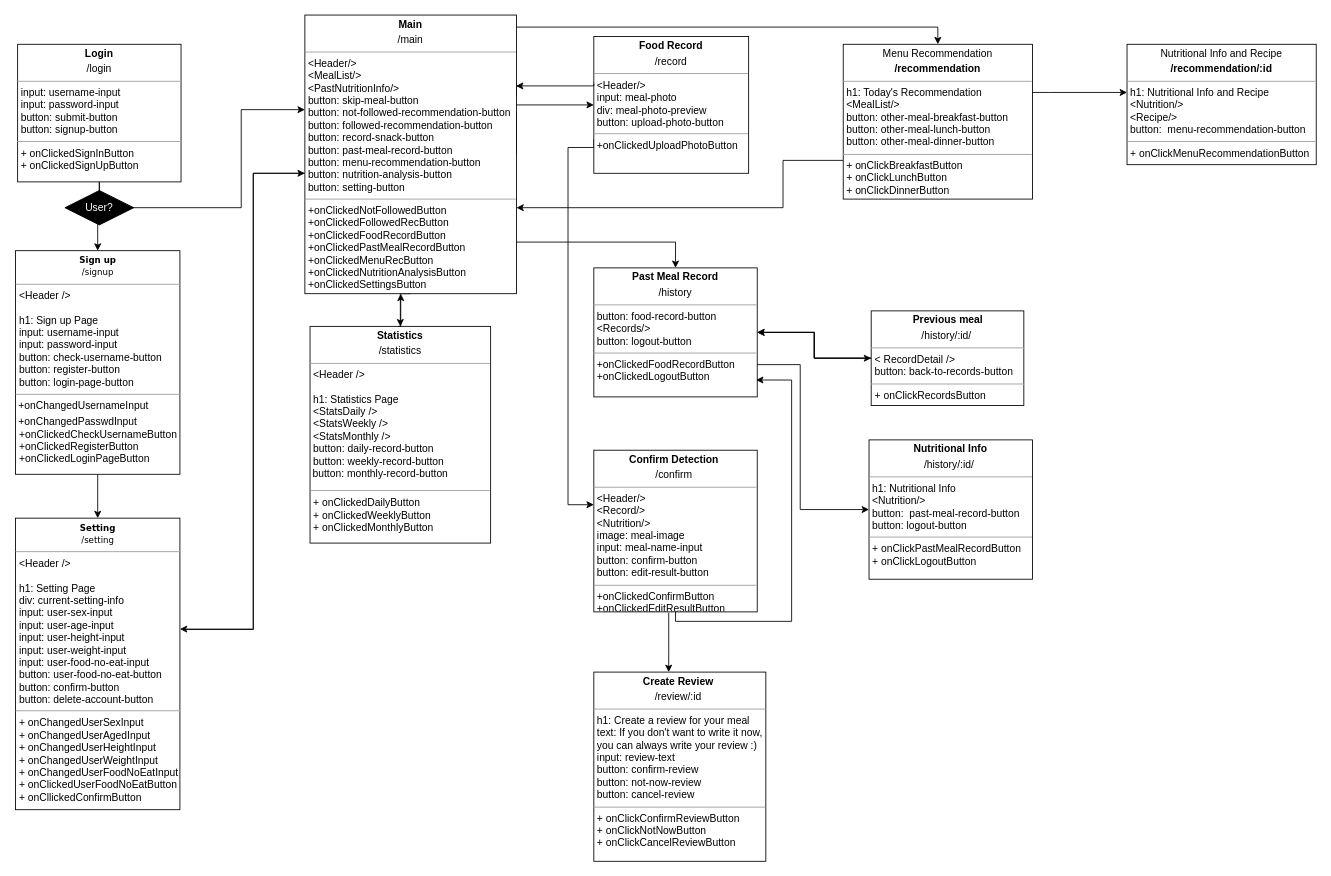
The draw.io diagram diagrams/Frontend_UML.drawio in swsnu/swpp2021-team5, before the edit. Source tidied: cells renumbered, new cells numbered last; positions are measured from the earlier drawing's top-left corner, leaving out a move shared by most shapes. Both pictures are drawn from the tidied source at 86%, with x=0, y=0 at pixel (15, 15).
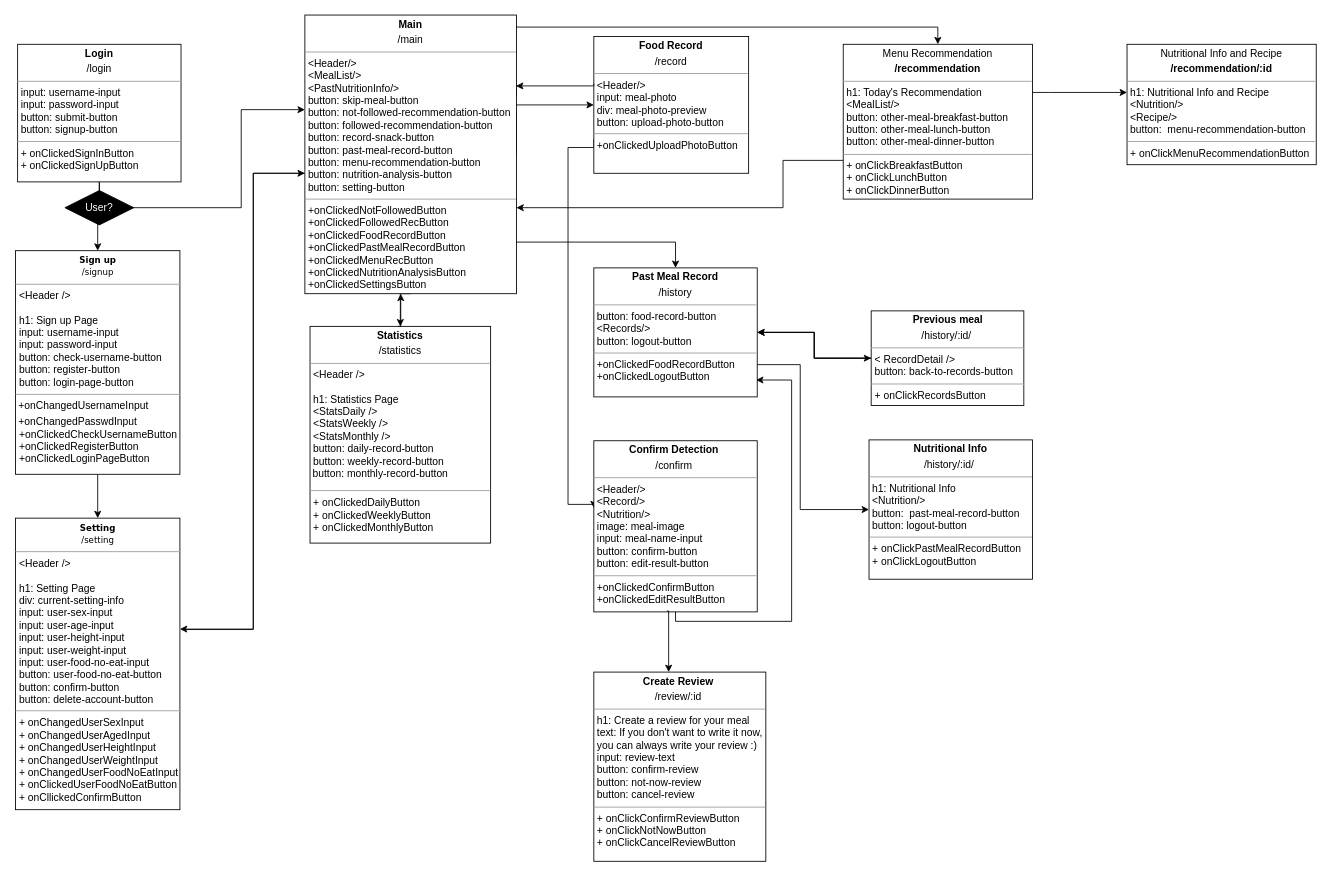
Above is the later version.

The change refers to these unchanged cells:
```xml
<mxCell id="15" value="&lt;p style=&quot;margin: 0px ; margin-top: 4px ; text-align: center&quot;&gt;&lt;b&gt;Food Record&lt;/b&gt;&lt;/p&gt;&lt;p style=&quot;margin: 0px ; margin-top: 4px ; text-align: center&quot;&gt;/record&lt;/p&gt;&lt;hr size=&quot;1&quot;&gt;&lt;p style=&quot;margin: 0px ; margin-left: 4px&quot;&gt;&lt;span&gt;&amp;lt;Header/&amp;gt;&lt;/span&gt;&lt;/p&gt;&lt;p style=&quot;margin: 0px ; margin-left: 4px&quot;&gt;&lt;span&gt;input: meal-photo&lt;/span&gt;&lt;/p&gt;&lt;p style=&quot;margin: 0px ; margin-left: 4px&quot;&gt;&lt;span&gt;div: meal-photo-preview&lt;/span&gt;&lt;/p&gt;&lt;p style=&quot;margin: 0px ; margin-left: 4px&quot;&gt;&lt;span&gt;button: upload-photo-button&lt;/span&gt;&lt;/p&gt;&lt;hr size=&quot;1&quot;&gt;&lt;p style=&quot;margin: 0px ; margin-left: 4px&quot;&gt;&lt;span&gt;+onClickedUploadPhotoButton&lt;/span&gt;&lt;br&gt;&lt;/p&gt;&lt;p style=&quot;margin: 0px ; margin-left: 4px&quot;&gt;&lt;br&gt;&lt;/p&gt;" style="verticalAlign=top;align=left;overflow=fill;fontSize=12;fontFamily=Helvetica;html=1;rounded=0;shadow=0;comic=0;labelBackgroundColor=none;strokeWidth=1;" parent="1" vertex="1">
  <mxGeometry x="672" y="25" width="180" height="159" as="geometry" />
</mxCell>
```

What changed in the source:
```diff
@@
-    <mxCell id="14" style="edgeStyle=orthogonalEdgeStyle;rounded=0;jettySize=auto;html=1;exitX=0;exitY=0.75;exitDx=0;exitDy=0;entryX=0;entryY=0.337;entryDx=0;entryDy=0;fontColor=#FFFFFF;entryPerimeter=0;" parent="1" edge="1" source="15" target="23">
+    <mxCell id="14" style="edgeStyle=orthogonalEdgeStyle;rounded=0;jettySize=auto;html=1;exitX=0;exitY=0.75;exitDx=0;exitDy=0;entryX=0;entryY=0.394;entryDx=0;entryDy=0;fontColor=#FFFFFF;entryPerimeter=0;" parent="1" edge="1" source="15" target="23">
       <mxGeometry relative="1" as="geometry">
         <Array as="points">
           <mxPoint x="672" y="154" />
           <mxPoint x="642" y="154" />
           <mxPoint x="642" y="569" />
         </Array>
       </mxGeometry>
     </mxCell>
@@
     <mxCell id="23" value="&lt;p style=&quot;margin: 0px ; margin-top: 4px ; text-align: center&quot;&gt;&lt;b&gt;Confirm Detection&amp;nbsp;&lt;/b&gt;&lt;/p&gt;&lt;p style=&quot;margin: 0px ; margin-top: 4px ; text-align: center&quot;&gt;/confirm&lt;b&gt;&amp;nbsp;&lt;/b&gt;&lt;/p&gt;&lt;hr size=&quot;1&quot;&gt;&lt;p style=&quot;margin: 0px ; margin-left: 4px&quot;&gt;&amp;lt;Header/&amp;gt;&lt;/p&gt;&lt;p style=&quot;margin: 0px ; margin-left: 4px&quot;&gt;&amp;lt;Record/&amp;gt;&lt;/p&gt;&lt;p style=&quot;margin: 0px ; margin-left: 4px&quot;&gt;&amp;lt;Nutrition/&amp;gt;&lt;/p&gt;&lt;p style=&quot;margin: 0px ; margin-left: 4px&quot;&gt;image: meal-image&lt;/p&gt;&lt;p style=&quot;margin: 0px ; margin-left: 4px&quot;&gt;input: meal-name-input&lt;/p&gt;&lt;p style=&quot;margin: 0px ; margin-left: 4px&quot;&gt;&lt;span&gt;button: confirm-button&lt;/span&gt;&lt;br&gt;&lt;/p&gt;&lt;p style=&quot;margin: 0px ; margin-left: 4px&quot;&gt;button: edit-result-button&lt;/p&gt;&lt;hr size=&quot;1&quot;&gt;&lt;p style=&quot;margin: 0px ; margin-left: 4px&quot;&gt;+onClickedConfirmButton&lt;/p&gt;&lt;p style=&quot;margin: 0px ; margin-left: 4px&quot;&gt;+onClickedEditResultButton&lt;/p&gt;&lt;p style=&quot;margin: 0px ; margin-left: 4px&quot;&gt;&lt;br&gt;&lt;/p&gt;&lt;p style=&quot;margin: 0px ; margin-left: 4px&quot;&gt;&lt;br&gt;&lt;/p&gt;" style="verticalAlign=top;align=left;overflow=fill;fontSize=12;fontFamily=Helvetica;html=1;" parent="1" vertex="1">
-      <mxGeometry x="672" y="506" width="190" height="188" as="geometry" />
+      <mxGeometry x="672" y="495" width="190" height="199" as="geometry" />
     </mxCell>
@@
-    <mxCell id="35" style="edgeStyle=orthogonalEdgeStyle;rounded=0;orthogonalLoop=1;jettySize=auto;html=1;entryX=0.5;entryY=0;entryDx=0;entryDy=0;" parent="1" edge="1">
+    <mxCell id="35" style="edgeStyle=orthogonalEdgeStyle;rounded=0;jettySize=auto;html=1;entryX=0.5;entryY=0;entryDx=0;entryDy=0;exitX=0.447;exitY=0.995;exitDx=0;exitDy=0;exitPerimeter=0;" parent="1" edge="1" source="23">
       <mxGeometry relative="1" as="geometry">
-        <mxPoint x="759.1" y="695" as="sourcePoint" />
         <mxPoint x="759" y="764" as="targetPoint" />
         <Array as="points">
-          <mxPoint x="759" y="744" />
-          <mxPoint x="759" y="744" />
+          <mxPoint x="759" y="693" />
         </Array>
       </mxGeometry>
     </mxCell>
```
